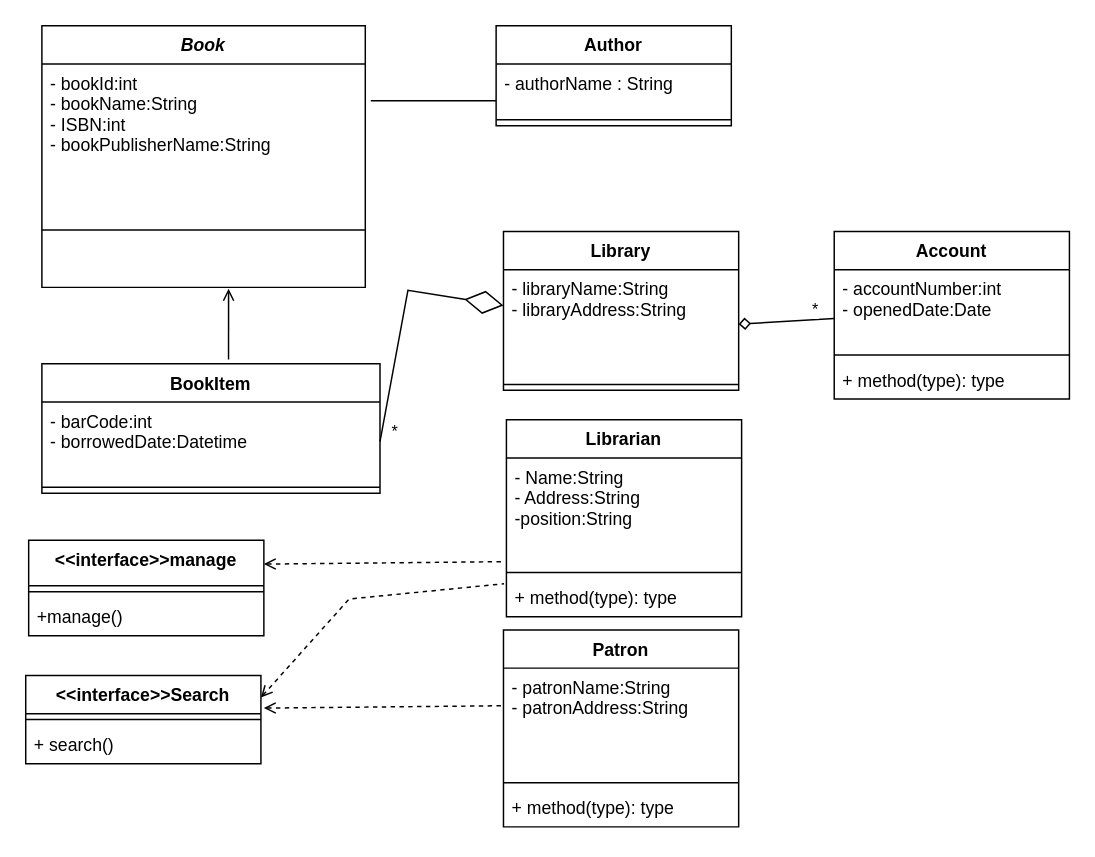
Before: libraryUML (2).drawio in coleman399/FDMGroup_Library_REPO, a draw.io diagram. Source tidied: cells renumbered, new cells numbered last; positions are measured from the earlier drawing's top-left corner, leaving out a move shared by most shapes. Both pictures are drawn from the tidied source at 147%, with x=0, y=0 at pixel (25, 25).
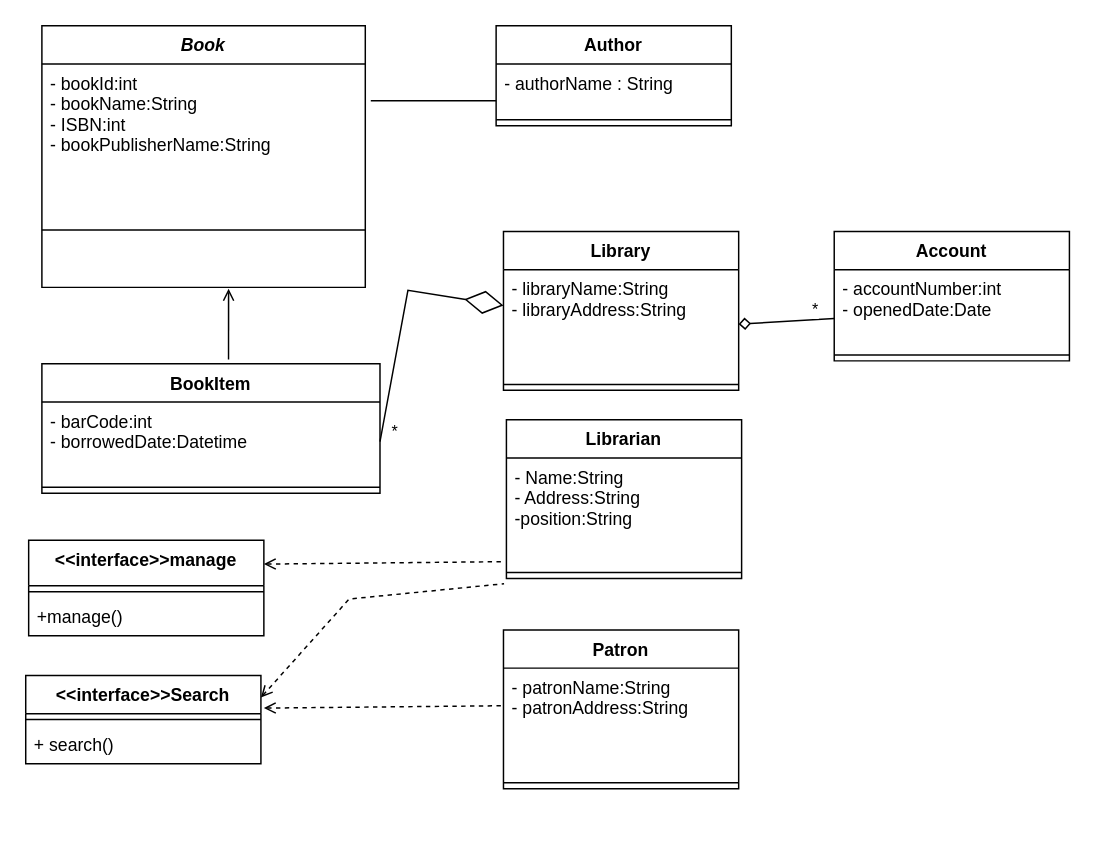
The same diagram, later.

What changed in the source:
```diff
@@
     <mxCell id="17" value="Patron" style="swimlane;fontStyle=1;align=center;verticalAlign=top;horizontal=1;startSize=26;fillColor=none;" parent="1" vertex="1">
-      <mxGeometry x="325" y="411" width="160" height="134" as="geometry" />
+      <mxGeometry x="325" y="411" width="160" height="108" as="geometry" />
     </mxCell>
@@
-    <mxCell id="20" value="+ method(type): type" style="text;strokeColor=none;fillColor=none;align=left;verticalAlign=top;spacingLeft=4;spacingRight=4;overflow=hidden;" parent="17" vertex="1">
-      <mxGeometry y="108" width="160" height="26" as="geometry" />
-    </mxCell>
     <mxCell id="21" value="Account" style="swimlane;fontStyle=1;align=center;verticalAlign=top;horizontal=1;startSize=26;fillColor=none;" parent="1" vertex="1">
-      <mxGeometry x="550" y="140" width="160" height="114" as="geometry" />
+      <mxGeometry x="550" y="140" width="160" height="88" as="geometry" />
     </mxCell>
@@
-    <mxCell id="24" value="+ method(type): type" style="text;strokeColor=none;fillColor=none;align=left;verticalAlign=top;spacingLeft=4;spacingRight=4;overflow=hidden;" parent="21" vertex="1">
-      <mxGeometry y="88" width="160" height="26" as="geometry" />
-    </mxCell>
@@
     <mxCell id="27" value="Librarian" style="swimlane;fontStyle=1;align=center;verticalAlign=top;horizontal=1;startSize=26;fillColor=none;" parent="1" vertex="1">
-      <mxGeometry x="327" y="268" width="160" height="134" as="geometry" />
+      <mxGeometry x="327" y="268" width="160" height="108" as="geometry" />
     </mxCell>
@@
-    <mxCell id="30" value="+ method(type): type" style="text;strokeColor=none;fillColor=none;align=left;verticalAlign=top;spacingLeft=4;spacingRight=4;overflow=hidden;" parent="27" vertex="1">
-      <mxGeometry y="108" width="160" height="26" as="geometry" />
-    </mxCell>
```
